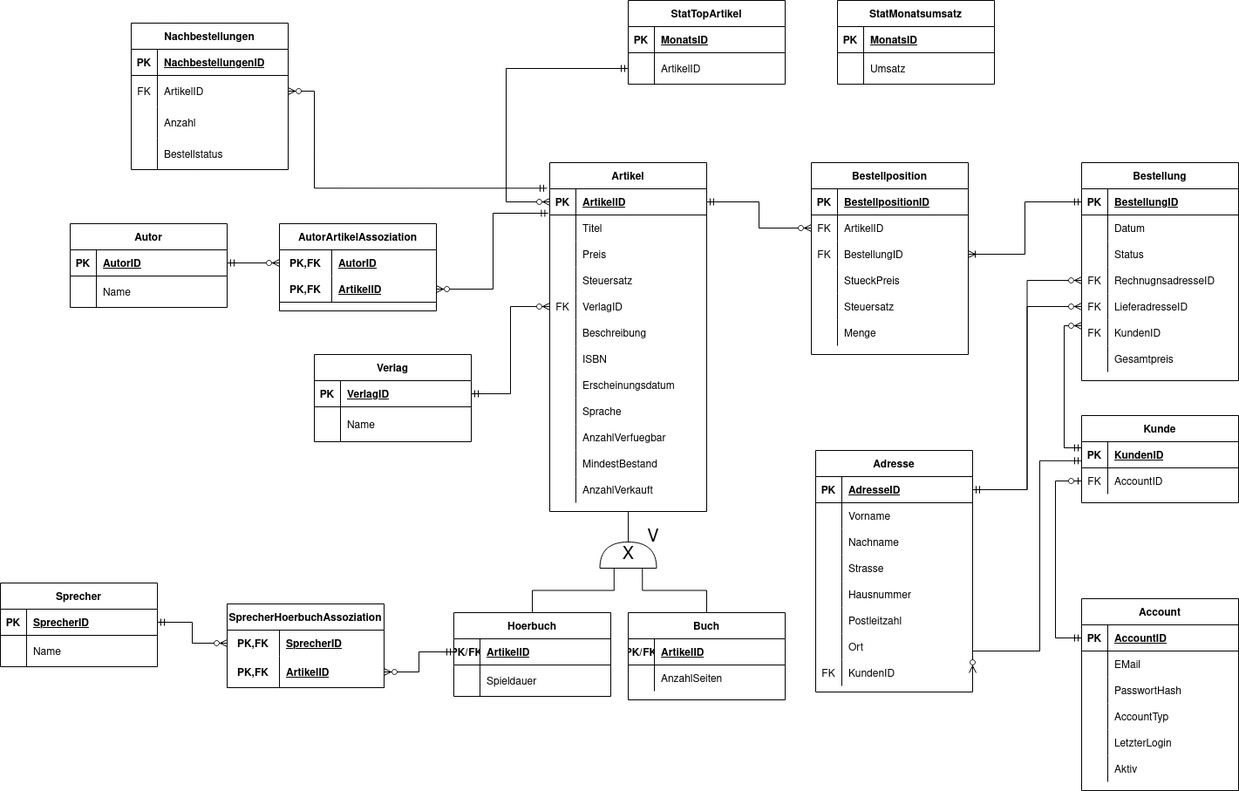
WalnussMuenze22/db2-buecherwurm keeps this draw.io diagram as EERD/EERM.png. Above is the earlier version. Source tidied: cells renumbered, new cells last; positions are measured from the earlier drawing's top-left corner, leaving out a move shared by most shapes.
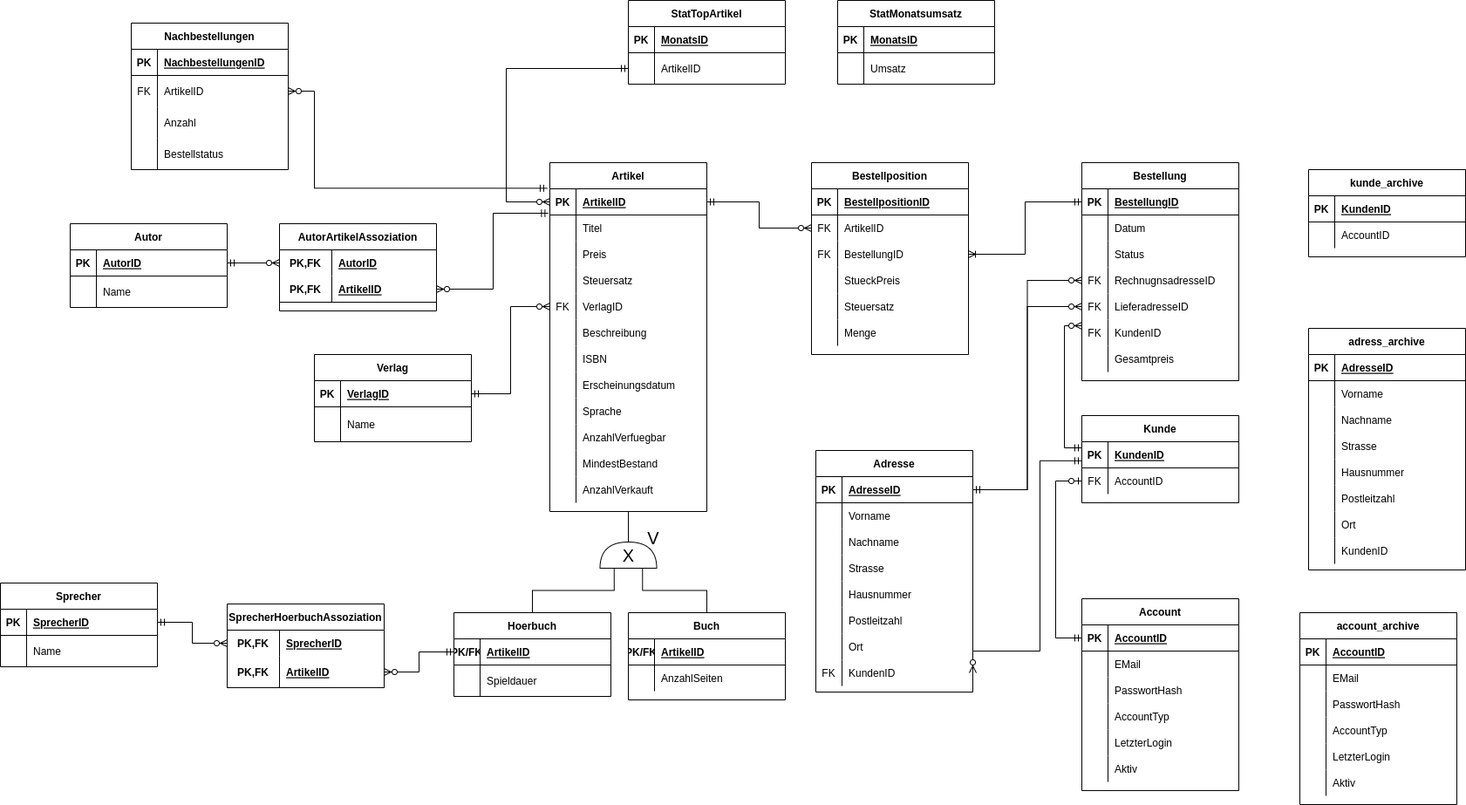
Above is the later version.

Commit message:
EERD Archive Tabellen hinzugefügt

Change to the diagram source:
```diff
@@ -705,5 +705,158 @@
         </Array>
       </mxGeometry>
     </mxCell>
+    <mxCell id="227" value="kunde_archive" style="shape=table;startSize=30;rowLines=0;fontStyle=1;align=center;" parent="1" vertex="1">
+      <mxGeometry x="1500" y="194" width="180" height="100" as="geometry" />
+    </mxCell>
+    <mxCell id="228" style="shape=tableRow;horizontal=0;startSize=0;swimlaneHead=0;swimlaneBody=0;fillColor=none;top=0;left=0;right=0;bottom=1;" parent="227" vertex="1">
+      <mxGeometry y="30" width="180" height="30" as="geometry" />
+    </mxCell>
+    <mxCell id="229" value="PK" style="shape=partialRectangle;fillColor=none;top=0;left=0;bottom=0;right=0;fontStyle=1;overflow=hidden;" parent="228" vertex="1">
+      <mxGeometry width="30" height="30" as="geometry" />
+    </mxCell>
+    <mxCell id="230" value="KundenID" style="shape=partialRectangle;fillColor=none;top=0;left=0;bottom=0;right=0;align=left;spacingLeft=6;fontStyle=5;overflow=hidden;" parent="228" vertex="1">
+      <mxGeometry x="30" width="150" height="30" as="geometry" />
+    </mxCell>
+    <mxCell id="231" style="shape=tableRow;horizontal=0;startSize=0;swimlaneHead=0;swimlaneBody=0;fillColor=none;top=0;left=0;right=0;bottom=0;" parent="227" vertex="1">
+      <mxGeometry y="60" width="180" height="30" as="geometry" />
+    </mxCell>
+    <mxCell id="232" style="shape=partialRectangle;fillColor=none;top=0;left=0;bottom=0;right=0;overflow=hidden;" parent="231" vertex="1">
+      <mxGeometry width="30" height="30" as="geometry" />
+    </mxCell>
+    <mxCell id="233" value="AccountID" style="shape=partialRectangle;fillColor=none;top=0;left=0;bottom=0;right=0;align=left;spacingLeft=6;overflow=hidden;" parent="231" vertex="1">
+      <mxGeometry x="30" width="150" height="30" as="geometry" />
+    </mxCell>
+    <mxCell id="234" value="adress_archive" style="shape=table;startSize=30;rowLines=0;fontStyle=1;align=center;" parent="1" vertex="1">
+      <mxGeometry x="1500" y="376" width="180" height="277" as="geometry" />
+    </mxCell>
+    <mxCell id="235" style="shape=tableRow;horizontal=0;startSize=0;swimlaneHead=0;swimlaneBody=0;fillColor=none;top=0;left=0;right=0;bottom=1;" parent="234" vertex="1">
+      <mxGeometry y="30" width="180" height="30" as="geometry" />
+    </mxCell>
+    <mxCell id="236" value="PK" style="shape=partialRectangle;fillColor=none;top=0;left=0;bottom=0;right=0;fontStyle=1;overflow=hidden;" parent="235" vertex="1">
+      <mxGeometry width="30" height="30" as="geometry" />
+    </mxCell>
+    <mxCell id="237" value="AdresseID" style="shape=partialRectangle;fillColor=none;top=0;left=0;bottom=0;right=0;align=left;spacingLeft=6;fontStyle=5;overflow=hidden;" parent="235" vertex="1">
+      <mxGeometry x="30" width="150" height="30" as="geometry" />
+    </mxCell>
+    <mxCell id="238" style="shape=tableRow;horizontal=0;startSize=0;swimlaneHead=0;swimlaneBody=0;fillColor=none;top=0;left=0;right=0;bottom=0;" parent="234" vertex="1">
+      <mxGeometry y="60" width="180" height="30" as="geometry" />
+    </mxCell>
+    <mxCell id="239" style="shape=partialRectangle;fillColor=none;top=0;left=0;bottom=0;right=0;overflow=hidden;" parent="238" vertex="1">
+      <mxGeometry width="30" height="30" as="geometry" />
+    </mxCell>
+    <mxCell id="240" value="Vorname" style="shape=partialRectangle;fillColor=none;top=0;left=0;bottom=0;right=0;align=left;spacingLeft=6;overflow=hidden;" parent="238" vertex="1">
+      <mxGeometry x="30" width="150" height="30" as="geometry" />
+    </mxCell>
+    <mxCell id="241" style="shape=tableRow;horizontal=0;startSize=0;swimlaneHead=0;swimlaneBody=0;fillColor=none;top=0;left=0;right=0;bottom=0;" parent="234" vertex="1">
+      <mxGeometry y="90" width="180" height="30" as="geometry" />
+    </mxCell>
+    <mxCell id="242" style="shape=partialRectangle;fillColor=none;top=0;left=0;bottom=0;right=0;overflow=hidden;" parent="241" vertex="1">
+      <mxGeometry width="30" height="30" as="geometry" />
+    </mxCell>
+    <mxCell id="243" value="Nachname" style="shape=partialRectangle;fillColor=none;top=0;left=0;bottom=0;right=0;align=left;spacingLeft=6;overflow=hidden;" parent="241" vertex="1">
+      <mxGeometry x="30" width="150" height="30" as="geometry" />
+    </mxCell>
+    <mxCell id="244" style="shape=tableRow;horizontal=0;startSize=0;swimlaneHead=0;swimlaneBody=0;fillColor=none;top=0;left=0;right=0;bottom=0;" parent="234" vertex="1">
+      <mxGeometry y="120" width="180" height="30" as="geometry" />
+    </mxCell>
+    <mxCell id="245" style="shape=partialRectangle;fillColor=none;top=0;left=0;bottom=0;right=0;overflow=hidden;" parent="244" vertex="1">
+      <mxGeometry width="30" height="30" as="geometry" />
+    </mxCell>
+    <mxCell id="246" value="Strasse" style="shape=partialRectangle;fillColor=none;top=0;left=0;bottom=0;right=0;align=left;spacingLeft=6;overflow=hidden;" parent="244" vertex="1">
+      <mxGeometry x="30" width="150" height="30" as="geometry" />
+    </mxCell>
+    <mxCell id="247" style="shape=tableRow;horizontal=0;startSize=0;swimlaneHead=0;swimlaneBody=0;fillColor=none;top=0;left=0;right=0;bottom=0;" parent="234" vertex="1">
+      <mxGeometry y="150" width="180" height="30" as="geometry" />
+    </mxCell>
+    <mxCell id="248" style="shape=partialRectangle;fillColor=none;top=0;left=0;bottom=0;right=0;overflow=hidden;" parent="247" vertex="1">
+      <mxGeometry width="30" height="30" as="geometry" />
+    </mxCell>
+    <mxCell id="249" value="Hausnummer" style="shape=partialRectangle;fillColor=none;top=0;left=0;bottom=0;right=0;align=left;spacingLeft=6;overflow=hidden;" parent="247" vertex="1">
+      <mxGeometry x="30" width="150" height="30" as="geometry" />
+    </mxCell>
+    <mxCell id="250" style="shape=tableRow;horizontal=0;startSize=0;swimlaneHead=0;swimlaneBody=0;fillColor=none;top=0;left=0;right=0;bottom=0;" parent="234" vertex="1">
+      <mxGeometry y="180" width="180" height="30" as="geometry" />
+    </mxCell>
+    <mxCell id="251" style="shape=partialRectangle;fillColor=none;top=0;left=0;bottom=0;right=0;overflow=hidden;" parent="250" vertex="1">
+      <mxGeometry width="30" height="30" as="geometry" />
+    </mxCell>
+    <mxCell id="252" value="Postleitzahl" style="shape=partialRectangle;fillColor=none;top=0;left=0;bottom=0;right=0;align=left;spacingLeft=6;overflow=hidden;" parent="250" vertex="1">
+      <mxGeometry x="30" width="150" height="30" as="geometry" />
+    </mxCell>
+    <mxCell id="253" style="shape=tableRow;horizontal=0;startSize=0;swimlaneHead=0;swimlaneBody=0;fillColor=none;top=0;left=0;right=0;bottom=0;" parent="234" vertex="1">
+      <mxGeometry y="210" width="180" height="30" as="geometry" />
+    </mxCell>
+    <mxCell id="254" style="shape=partialRectangle;fillColor=none;top=0;left=0;bottom=0;right=0;overflow=hidden;" parent="253" vertex="1">
+      <mxGeometry width="30" height="30" as="geometry" />
+    </mxCell>
+    <mxCell id="255" value="Ort" style="shape=partialRectangle;fillColor=none;top=0;left=0;bottom=0;right=0;align=left;spacingLeft=6;overflow=hidden;" parent="253" vertex="1">
+      <mxGeometry x="30" width="150" height="30" as="geometry" />
+    </mxCell>
+    <mxCell id="256" style="shape=tableRow;horizontal=0;startSize=0;swimlaneHead=0;swimlaneBody=0;fillColor=none;top=0;left=0;right=0;bottom=0;" parent="234" vertex="1">
+      <mxGeometry y="240" width="180" height="30" as="geometry" />
+    </mxCell>
+    <mxCell id="257" style="shape=partialRectangle;fillColor=none;top=0;left=0;bottom=0;right=0;overflow=hidden;labelBorderColor=none;fontStyle=0;" parent="256" vertex="1">
+      <mxGeometry width="30" height="30" as="geometry" />
+    </mxCell>
+    <mxCell id="258" value="KundenID" style="shape=partialRectangle;fillColor=none;top=0;left=0;bottom=0;right=0;align=left;spacingLeft=6;overflow=hidden;fontStyle=0;" parent="256" vertex="1">
+      <mxGeometry x="30" width="150" height="30" as="geometry" />
+    </mxCell>
+    <mxCell id="259" value="account_archive" style="shape=table;startSize=30;rowLines=0;fontStyle=1;align=center;" parent="1" vertex="1">
+      <mxGeometry x="1490" y="702" width="180" height="220" as="geometry" />
+    </mxCell>
+    <mxCell id="260" style="shape=tableRow;horizontal=0;startSize=0;swimlaneHead=0;swimlaneBody=0;fillColor=none;top=0;left=0;right=0;bottom=1;" parent="259" vertex="1">
+      <mxGeometry y="30" width="180" height="30" as="geometry" />
+    </mxCell>
+    <mxCell id="261" value="PK" style="shape=partialRectangle;fillColor=none;top=0;left=0;bottom=0;right=0;fontStyle=1;overflow=hidden;" parent="260" vertex="1">
+      <mxGeometry width="30" height="30" as="geometry" />
+    </mxCell>
+    <mxCell id="262" value="AccountID" style="shape=partialRectangle;fillColor=none;top=0;left=0;bottom=0;right=0;align=left;spacingLeft=6;fontStyle=5;overflow=hidden;" parent="260" vertex="1">
+      <mxGeometry x="30" width="150" height="30" as="geometry" />
+    </mxCell>
+    <mxCell id="263" style="shape=tableRow;horizontal=0;startSize=0;swimlaneHead=0;swimlaneBody=0;fillColor=none;top=0;left=0;right=0;bottom=0;" parent="259" vertex="1">
+      <mxGeometry y="60" width="180" height="30" as="geometry" />
+    </mxCell>
+    <mxCell id="264" style="shape=partialRectangle;fillColor=none;top=0;left=0;bottom=0;right=0;overflow=hidden;" parent="263" vertex="1">
+      <mxGeometry width="30" height="30" as="geometry" />
+    </mxCell>
+    <mxCell id="265" value="EMail" style="shape=partialRectangle;fillColor=none;top=0;left=0;bottom=0;right=0;align=left;spacingLeft=6;overflow=hidden;" parent="263" vertex="1">
+      <mxGeometry x="30" width="150" height="30" as="geometry" />
+    </mxCell>
+    <mxCell id="266" style="shape=tableRow;horizontal=0;startSize=0;swimlaneHead=0;swimlaneBody=0;fillColor=none;top=0;left=0;right=0;bottom=0;" parent="259" vertex="1">
+      <mxGeometry y="90" width="180" height="30" as="geometry" />
+    </mxCell>
+    <mxCell id="267" style="shape=partialRectangle;fillColor=none;top=0;left=0;bottom=0;right=0;overflow=hidden;" parent="266" vertex="1">
+      <mxGeometry width="30" height="30" as="geometry" />
+    </mxCell>
+    <mxCell id="268" value="PasswortHash" style="shape=partialRectangle;fillColor=none;top=0;left=0;bottom=0;right=0;align=left;spacingLeft=6;overflow=hidden;" parent="266" vertex="1">
+      <mxGeometry x="30" width="150" height="30" as="geometry" />
+    </mxCell>
+    <mxCell id="269" style="shape=tableRow;horizontal=0;startSize=0;swimlaneHead=0;swimlaneBody=0;fillColor=none;top=0;left=0;right=0;bottom=0;" parent="259" vertex="1">
+      <mxGeometry y="120" width="180" height="30" as="geometry" />
+    </mxCell>
+    <mxCell id="270" style="shape=partialRectangle;fillColor=none;top=0;left=0;bottom=0;right=0;overflow=hidden;" parent="269" vertex="1">
+      <mxGeometry width="30" height="30" as="geometry" />
+    </mxCell>
+    <mxCell id="271" value="AccountTyp" style="shape=partialRectangle;fillColor=none;top=0;left=0;bottom=0;right=0;align=left;spacingLeft=6;overflow=hidden;" parent="269" vertex="1">
+      <mxGeometry x="30" width="150" height="30" as="geometry" />
+    </mxCell>
+    <mxCell id="272" style="shape=tableRow;horizontal=0;startSize=0;swimlaneHead=0;swimlaneBody=0;fillColor=none;top=0;left=0;right=0;bottom=0;" parent="259" vertex="1">
+      <mxGeometry y="150" width="180" height="30" as="geometry" />
+    </mxCell>
+    <mxCell id="273" style="shape=partialRectangle;fillColor=none;top=0;left=0;bottom=0;right=0;overflow=hidden;" parent="272" vertex="1">
+      <mxGeometry width="30" height="30" as="geometry" />
+    </mxCell>
+    <mxCell id="274" value="LetzterLogin" style="shape=partialRectangle;fillColor=none;top=0;left=0;bottom=0;right=0;align=left;spacingLeft=6;overflow=hidden;" parent="272" vertex="1">
+      <mxGeometry x="30" width="150" height="30" as="geometry" />
+    </mxCell>
+    <mxCell id="275" style="shape=tableRow;horizontal=0;startSize=0;swimlaneHead=0;swimlaneBody=0;fillColor=none;top=0;left=0;right=0;bottom=0;" parent="259" vertex="1">
+      <mxGeometry y="180" width="180" height="30" as="geometry" />
+    </mxCell>
+    <mxCell id="276" style="shape=partialRectangle;fillColor=none;top=0;left=0;bottom=0;right=0;overflow=hidden;" parent="275" vertex="1">
+      <mxGeometry width="30" height="30" as="geometry" />
+    </mxCell>
+    <mxCell id="277" value="Aktiv" style="shape=partialRectangle;fillColor=none;top=0;left=0;bottom=0;right=0;align=left;spacingLeft=6;overflow=hidden;" parent="275" vertex="1">
+      <mxGeometry x="30" width="150" height="30" as="geometry" />
+    </mxCell>
   </root>
 </mxGraphModel>
```
